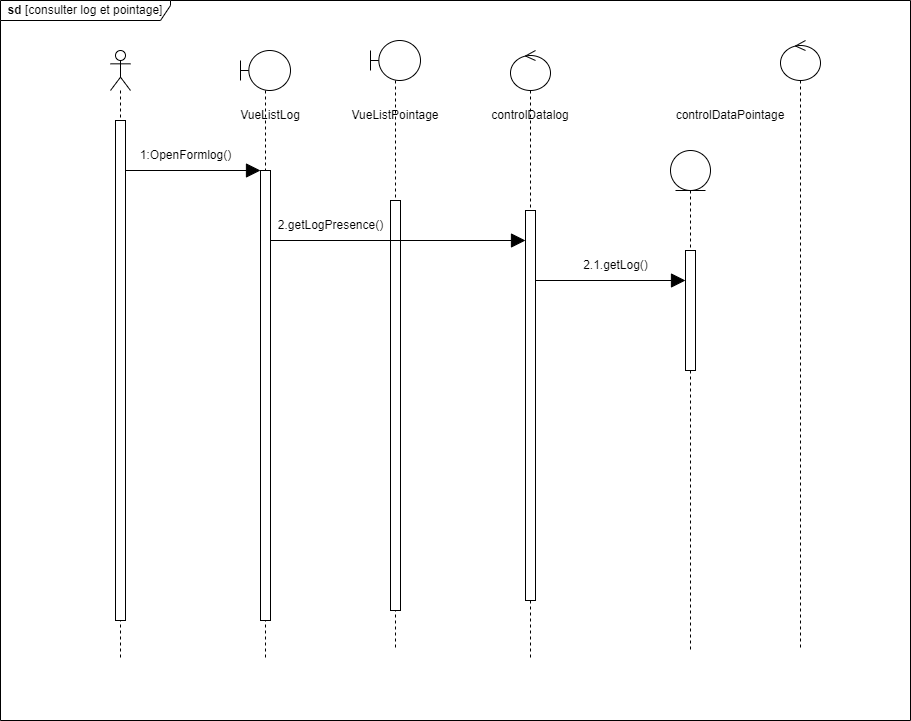
Above: static/Diagramme des séquences conceptuel  log et pointage .drawio.png in Siluearsene/borne_biometrique (draw.io), before the change. Source tidied: cells renumbered, new cells last; positions are measured from the earlier drawing's top-left corner, leaving out a move shared by most shapes.
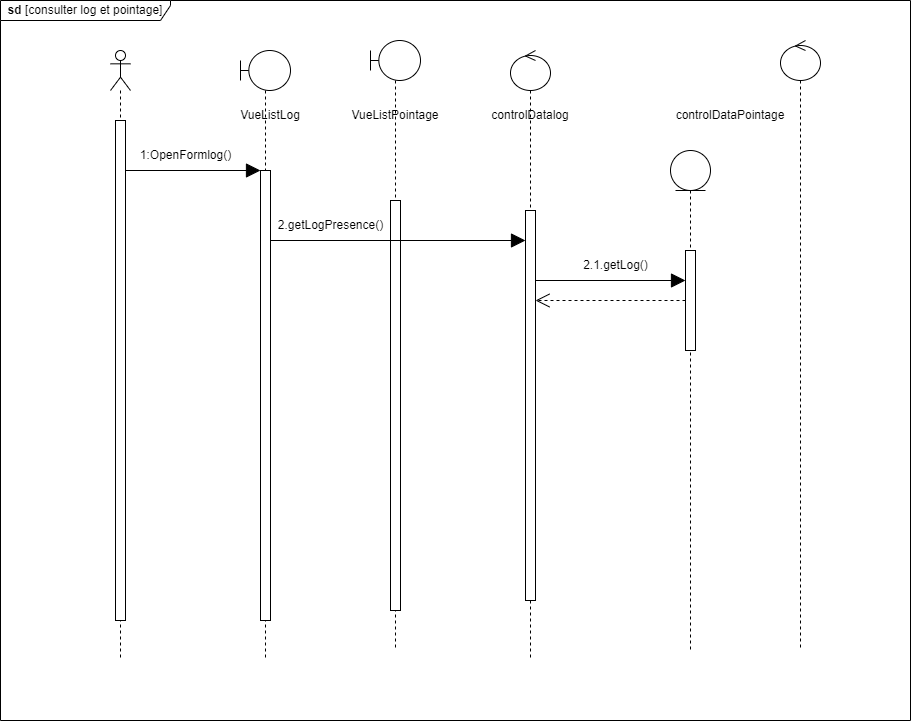
Later version of the same file.

Commit message:
Mettre à jour Diagramme des séquences conceptuel  log et pointage .drawio.png

Change to the diagram source:
```diff
@@ -73,7 +73,10 @@
       </mxGeometry>
     </mxCell>
     <mxCell id="23" style="html=1;points=[];perimeter=orthogonalPerimeter;outlineConnect=0;targetShapes=umlLifeline;portConstraint=eastwest;newEdgeStyle={&quot;edgeStyle&quot;:&quot;elbowEdgeStyle&quot;,&quot;elbow&quot;:&quot;vertical&quot;,&quot;curved&quot;:0,&quot;rounded&quot;:0};" parent="1" vertex="1">
-      <mxGeometry x="685" y="250" width="10" height="120" as="geometry" />
+      <mxGeometry x="685" y="250" width="10" height="100" as="geometry" />
     </mxCell>
+    <mxCell id="24" style="endArrow=open;dashed=1;endFill=0;endSize=12;html=1;rounded=0;" parent="1" edge="1" source="23" target="17">
+      <mxGeometry relative="1" as="geometry" />
+    </mxCell>
   </root>
 </mxGraphModel>
```
